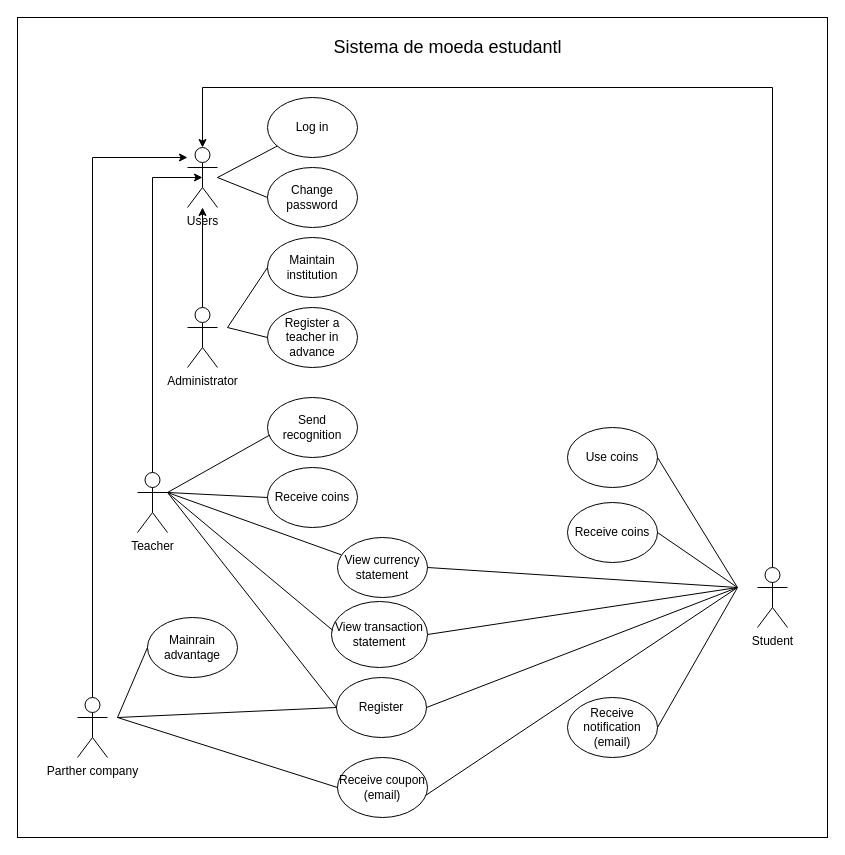
Earlier version of the draw.io diagram documents/Use_case_diagram.drawio (Jhonatan-Gutemberg/sistema-de-moeda-estudantil). Source tidied: cells renumbered, new cells numbered last; positions are measured from the earlier drawing's top-left corner, leaving out a move shared by most shapes. Both pictures are drawn from the tidied source at 100%, with x=0, y=0 at pixel (17, 17).
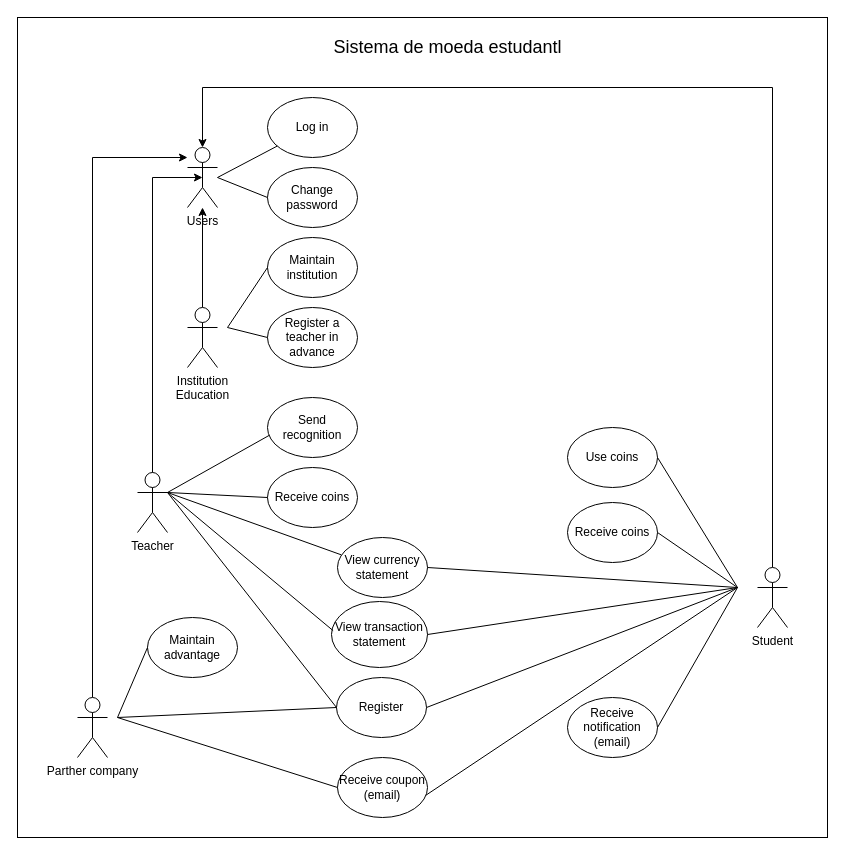
After the change.

Commit message (it also covers changes not shown here):
use case diagram

Change to the diagram source:
```diff
@@
-    <mxCell id="15" value="Administrator" style="shape=umlActor;verticalLabelPosition=bottom;verticalAlign=top;html=1;outlineConnect=0;" parent="1" vertex="1">
+    <mxCell id="15" value="Institution&lt;div&gt;Education&lt;/div&gt;" style="shape=umlActor;verticalLabelPosition=bottom;verticalAlign=top;html=1;outlineConnect=0;" parent="1" vertex="1">
       <mxGeometry x="170" y="290" width="30" height="60" as="geometry" />
     </mxCell>
@@
-    <mxCell id="40" value="Mainrain advantage" style="ellipse;whiteSpace=wrap;html=1;" parent="1" vertex="1">
+    <mxCell id="40" value="Maintain advantage" style="ellipse;whiteSpace=wrap;html=1;" parent="1" vertex="1">
       <mxGeometry x="130" y="600" width="90" height="60" as="geometry" />
     </mxCell>
```
